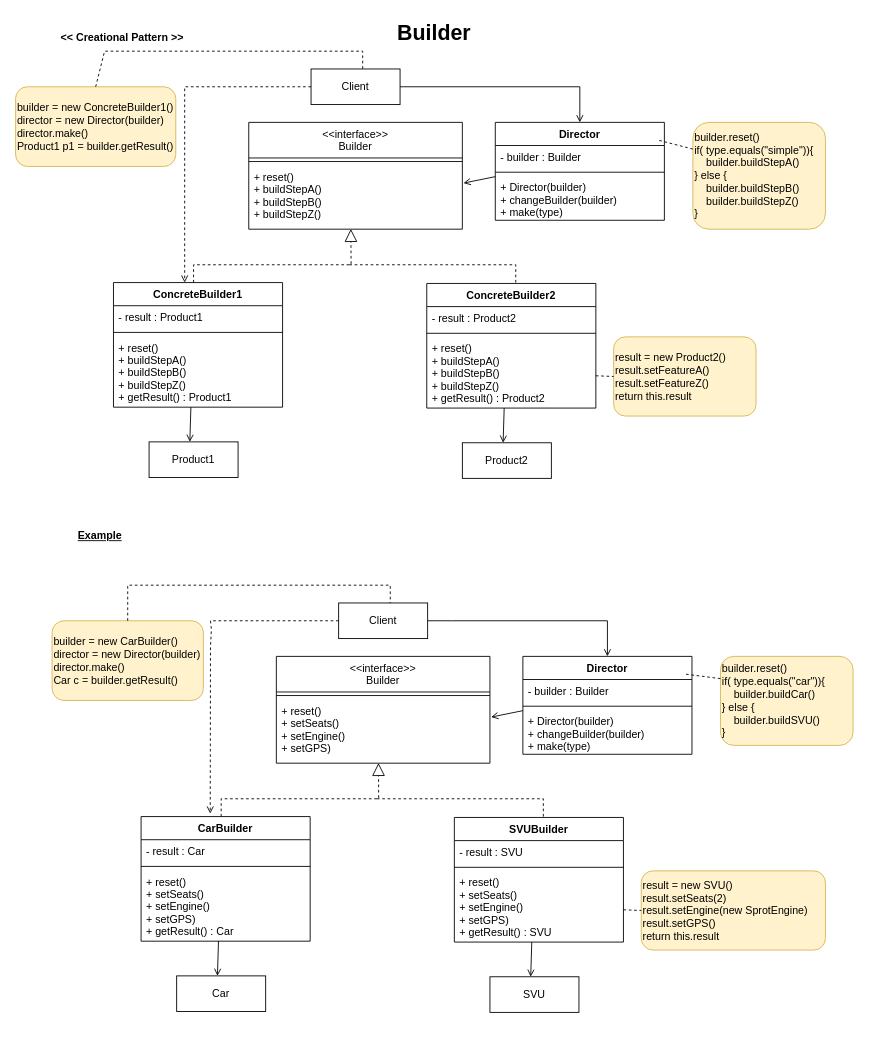
This is Creational - Builder.drawio from yalankar/yalankar, a draw.io file, before an edit. Source tidied: cells renumbered, new cells numbered last; positions are measured from the earlier drawing's top-left corner, leaving out a move shared by most shapes. Both pictures are drawn from the tidied source at 89%, with x=0, y=0 at pixel (15, 15).
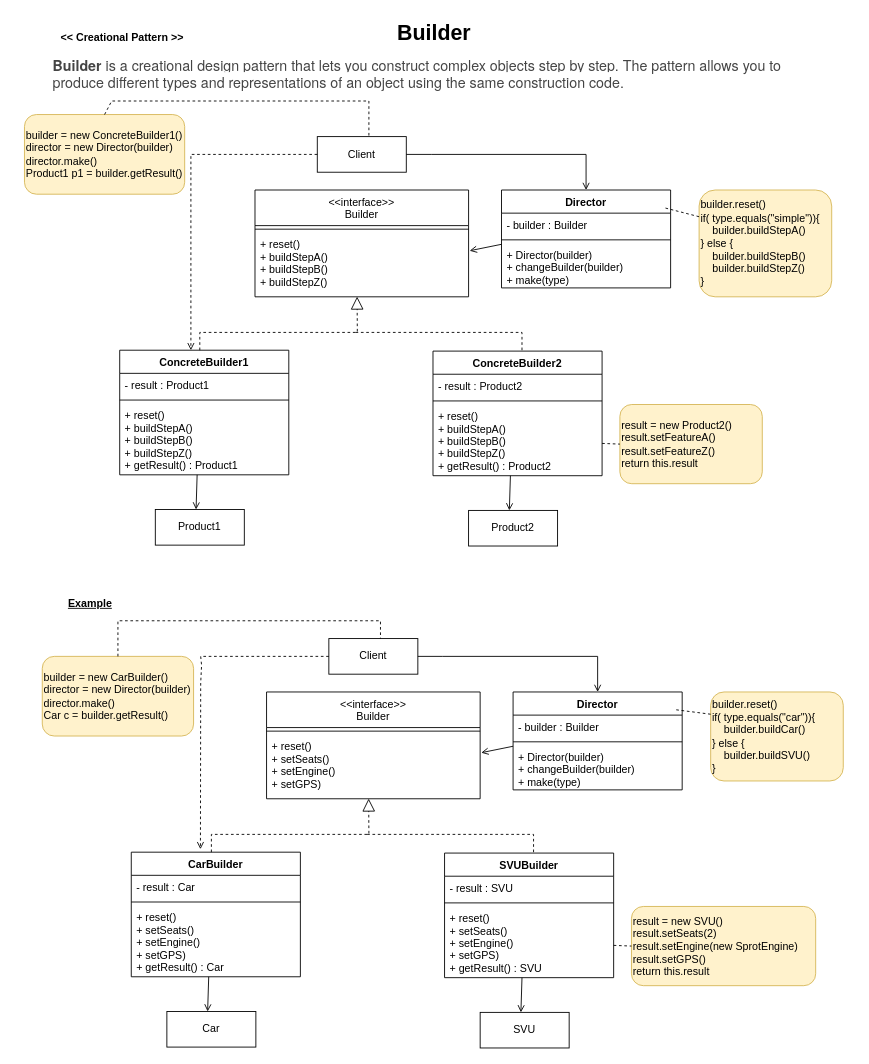
The same page after the edit.

Diff of the diagram source:
```diff
@@
     <mxCell id="3" value="&lt;&lt;interface&gt;&gt;&#10;Builder" style="swimlane;fontStyle=0;align=center;verticalAlign=top;horizontal=1;startSize=40;" parent="1" vertex="1">
-      <mxGeometry x="262" y="120" width="240" height="120" as="geometry" />
+      <mxGeometry x="269" y="196" width="240" height="120" as="geometry" />
     </mxCell>
@@
     <mxCell id="7" value="&lt;u&gt;Example&lt;/u&gt;" style="text;html=1;strokeColor=none;fillColor=none;align=center;verticalAlign=middle;whiteSpace=wrap;rounded=0;shadow=0;sketch=0;fontStyle=1;" parent="1" vertex="1">
-      <mxGeometry x="65" y="570" width="60" height="30" as="geometry" />
+      <mxGeometry x="54" y="646" width="60" height="30" as="geometry" />
     </mxCell>
     <mxCell id="8" value="result = new Product2()&lt;br&gt;result.setFeatureA()&lt;br&gt;result.setFeatureZ()&lt;br&gt;return this.result" style="text;html=1;align=left;verticalAlign=middle;whiteSpace=wrap;rounded=1;sketch=0;shadow=0;fillColor=#fff2cc;strokeColor=#d6b656;" parent="1" vertex="1">
-      <mxGeometry x="672" y="361" width="160" height="89" as="geometry" />
+      <mxGeometry x="679" y="437" width="160" height="89" as="geometry" />
     </mxCell>
     <mxCell id="9" value="Product2" style="rounded=0;whiteSpace=wrap;html=1;" parent="1" vertex="1">
-      <mxGeometry x="502" y="480" width="100" height="40" as="geometry" />
+      <mxGeometry x="509" y="556" width="100" height="40" as="geometry" />
     </mxCell>
     <mxCell id="10" value="Director" style="swimlane;fontStyle=1;align=center;verticalAlign=top;horizontal=1;startSize=26;" parent="1" vertex="1">
-      <mxGeometry x="539" y="120" width="190" height="110" as="geometry" />
+      <mxGeometry x="546" y="196" width="190" height="110" as="geometry" />
     </mxCell>
@@
     <mxCell id="14" value="builder.reset()&lt;br&gt;if( type.equals(&quot;simple&quot;)){&lt;br&gt;&amp;nbsp; &amp;nbsp; builder.buildStepA()&lt;br&gt;} else {&lt;br&gt;&amp;nbsp; &amp;nbsp; builder.buildStepB()&lt;br&gt;&amp;nbsp; &amp;nbsp; builder.buildStepZ()&lt;br&gt;}&amp;nbsp;" style="text;html=1;align=left;verticalAlign=middle;whiteSpace=wrap;rounded=1;sketch=0;shadow=0;fillColor=#fff2cc;strokeColor=#d6b656;" parent="1" vertex="1">
-      <mxGeometry x="761" y="120" width="149" height="120" as="geometry" />
+      <mxGeometry x="768" y="196" width="149" height="120" as="geometry" />
     </mxCell>
@@
     <mxCell id="16" style="endArrow=none;dashed=1;html=1;rounded=0;exitX=0;exitY=0.25;exitDx=0;exitDy=0;entryX=1.011;entryY=0.182;entryDx=0;entryDy=0;entryPerimeter=0;" parent="1" edge="1" source="14">
       <mxGeometry relative="1" as="geometry">
-        <mxPoint x="722.1" y="140" as="targetPoint" />
+        <mxPoint x="729.1" y="216" as="targetPoint" />
       </mxGeometry>
     </mxCell>
     <mxCell id="17" value="ConcreteBuilder2" style="swimlane;fontStyle=1;align=center;verticalAlign=top;horizontal=1;startSize=26;" parent="1" vertex="1">
-      <mxGeometry x="462" y="301" width="190" height="140" as="geometry" />
+      <mxGeometry x="469" y="377" width="190" height="140" as="geometry" />
     </mxCell>
@@
     <mxCell id="22" style="endArrow=open;html=1;rounded=0;entryX=0.458;entryY=0;entryDx=0;entryDy=0;entryPerimeter=0;exitX=0;exitY=0.02;exitDx=0;exitDy=0;exitPerimeter=0;endFill=0;" parent="1" edge="1" target="9">
       <mxGeometry relative="1" as="geometry">
-        <mxPoint x="549" y="441" as="sourcePoint" />
+        <mxPoint x="556" y="517" as="sourcePoint" />
       </mxGeometry>
     </mxCell>
     <mxCell id="23" value="Product1" style="rounded=0;whiteSpace=wrap;html=1;" parent="1" vertex="1">
-      <mxGeometry x="150" y="479" width="100" height="40" as="geometry" />
+      <mxGeometry x="157" y="555" width="100" height="40" as="geometry" />
     </mxCell>
     <mxCell id="24" value="ConcreteBuilder1" style="swimlane;fontStyle=1;align=center;verticalAlign=top;horizontal=1;startSize=26;" parent="1" vertex="1">
-      <mxGeometry x="110" y="300" width="190" height="140" as="geometry" />
+      <mxGeometry x="117" y="376" width="190" height="140" as="geometry" />
     </mxCell>
@@
     <mxCell id="29" style="endArrow=open;html=1;rounded=0;entryX=0.458;entryY=0;entryDx=0;entryDy=0;entryPerimeter=0;exitX=0;exitY=0.02;exitDx=0;exitDy=0;exitPerimeter=0;endFill=0;" parent="1" edge="1" target="23">
       <mxGeometry relative="1" as="geometry">
-        <mxPoint x="197" y="440" as="sourcePoint" />
+        <mxPoint x="204" y="516" as="sourcePoint" />
       </mxGeometry>
     </mxCell>
     <mxCell id="30" style="endArrow=none;dashed=1;html=1;rounded=0;" parent="1" edge="1">
       <mxGeometry relative="1" as="geometry">
-        <mxPoint x="562" y="300" as="sourcePoint" />
-        <mxPoint x="372" y="280" as="targetPoint" />
+        <mxPoint x="569" y="376" as="sourcePoint" />
+        <mxPoint x="379" y="356" as="targetPoint" />
         <Array as="points">
-          <mxPoint x="562" y="280" />
+          <mxPoint x="569" y="356" />
         </Array>
       </mxGeometry>
     </mxCell>
     <mxCell id="31" value="Client" style="rounded=0;whiteSpace=wrap;html=1;" parent="1" vertex="1">
-      <mxGeometry x="332" y="60" width="100" height="40" as="geometry" />
+      <mxGeometry x="339" y="136" width="100" height="40" as="geometry" />
     </mxCell>
     <mxCell id="32" style="endArrow=open;dashed=1;html=1;rounded=0;endFill=0;exitX=0;exitY=0.5;exitDx=0;exitDy=0;" parent="1" edge="1" source="31">
       <mxGeometry relative="1" as="geometry">
-        <mxPoint x="190" y="300" as="targetPoint" />
+        <mxPoint x="197" y="376" as="targetPoint" />
         <Array as="points">
-          <mxPoint x="190" y="80" />
+          <mxPoint x="197" y="156" />
         </Array>
       </mxGeometry>
     </mxCell>
     <mxCell id="33" style="endArrow=open;html=1;rounded=0;entryX=0.5;entryY=0;entryDx=0;entryDy=0;exitX=1;exitY=0.5;exitDx=0;exitDy=0;endFill=0;" parent="1" edge="1" source="31" target="10">
       <mxGeometry relative="1" as="geometry">
         <Array as="points">
-          <mxPoint x="460" y="80" />
-          <mxPoint x="634" y="80" />
+          <mxPoint x="467" y="156" />
+          <mxPoint x="641" y="156" />
         </Array>
       </mxGeometry>
     </mxCell>
     <mxCell id="34" value="builder = new ConcreteBuilder1()&lt;br&gt;director = new Director(builder)&lt;br&gt;director.make()&lt;br&gt;Product1 p1 = builder.getResult()" style="text;html=1;align=left;verticalAlign=middle;whiteSpace=wrap;rounded=1;sketch=0;shadow=0;fillColor=#fff2cc;strokeColor=#d6b656;" parent="1" vertex="1">
-      <mxGeometry y="80" width="180" height="89.5" as="geometry" />
+      <mxGeometry x="10" y="111.2" width="180" height="89.5" as="geometry" />
     </mxCell>
     <mxCell id="35" style="endArrow=none;dashed=1;html=1;rounded=0;exitX=0.5;exitY=0;exitDx=0;exitDy=0;entryX=0.58;entryY=0.015;entryDx=0;entryDy=0;entryPerimeter=0;" parent="1" edge="1" source="34" target="31">
       <mxGeometry relative="1" as="geometry">
         <Array as="points">
-          <mxPoint x="100" y="40" />
-          <mxPoint x="390" y="40" />
-          <mxPoint x="390" y="60" />
+          <mxPoint x="108" y="96" />
+          <mxPoint x="258" y="96" />
+          <mxPoint x="397" y="96" />
         </Array>
       </mxGeometry>
     </mxCell>
     <mxCell id="36" value="&lt;&lt;interface&gt;&gt;&#10;Builder" style="swimlane;fontStyle=0;align=center;verticalAlign=top;horizontal=1;startSize=40;" parent="1" vertex="1">
-      <mxGeometry x="293" y="720" width="240" height="120" as="geometry" />
+      <mxGeometry x="282" y="760" width="240" height="120" as="geometry" />
     </mxCell>
@@
     <mxCell id="39" value="result = new SVU()&lt;br&gt;result.setSeats(2)&lt;br&gt;result.setEngine(new SprotEngine)&lt;br&gt;result.setGPS()&lt;br&gt;return this.result&lt;br&gt;" style="text;html=1;align=left;verticalAlign=middle;whiteSpace=wrap;rounded=1;sketch=0;shadow=0;fillColor=#fff2cc;strokeColor=#d6b656;" parent="1" vertex="1">
-      <mxGeometry x="703" y="961" width="207" height="89" as="geometry" />
+      <mxGeometry x="692" y="1001" width="207" height="89" as="geometry" />
     </mxCell>
     <mxCell id="40" value="SVU" style="rounded=0;whiteSpace=wrap;html=1;" parent="1" vertex="1">
-      <mxGeometry x="533" y="1080" width="100" height="40" as="geometry" />
+      <mxGeometry x="522" y="1120" width="100" height="40" as="geometry" />
     </mxCell>
     <mxCell id="41" value="Director" style="swimlane;fontStyle=1;align=center;verticalAlign=top;horizontal=1;startSize=26;" parent="1" vertex="1">
-      <mxGeometry x="570" y="720" width="190" height="110" as="geometry" />
+      <mxGeometry x="559" y="760" width="190" height="110" as="geometry" />
     </mxCell>
@@
     <mxCell id="45" value="builder.reset()&lt;br&gt;if( type.equals(&quot;car&quot;)){&lt;br&gt;&amp;nbsp; &amp;nbsp; builder.buildCar()&lt;br&gt;} else {&lt;br&gt;&amp;nbsp; &amp;nbsp; builder.buildSVU()&lt;br&gt;}&amp;nbsp;" style="text;html=1;align=left;verticalAlign=middle;whiteSpace=wrap;rounded=1;sketch=0;shadow=0;fillColor=#fff2cc;strokeColor=#d6b656;" parent="1" vertex="1">
-      <mxGeometry x="792" y="720" width="149" height="100" as="geometry" />
+      <mxGeometry x="781" y="760" width="149" height="100" as="geometry" />
     </mxCell>
@@
     <mxCell id="47" style="endArrow=none;dashed=1;html=1;rounded=0;exitX=0;exitY=0.25;exitDx=0;exitDy=0;entryX=1.011;entryY=0.182;entryDx=0;entryDy=0;entryPerimeter=0;" parent="1" edge="1" source="45">
       <mxGeometry relative="1" as="geometry">
-        <mxPoint x="753.1" y="740" as="targetPoint" />
+        <mxPoint x="742.1" y="780" as="targetPoint" />
       </mxGeometry>
     </mxCell>
     <mxCell id="48" value="SVUBuilder" style="swimlane;fontStyle=1;align=center;verticalAlign=top;horizontal=1;startSize=26;" parent="1" vertex="1">
-      <mxGeometry x="493" y="901" width="190" height="140" as="geometry" />
+      <mxGeometry x="482" y="941" width="190" height="140" as="geometry" />
     </mxCell>
@@
     <mxCell id="53" style="endArrow=open;html=1;rounded=0;entryX=0.458;entryY=0;entryDx=0;entryDy=0;entryPerimeter=0;exitX=0;exitY=0.02;exitDx=0;exitDy=0;exitPerimeter=0;endFill=0;" parent="1" edge="1" target="40">
       <mxGeometry relative="1" as="geometry">
-        <mxPoint x="580" y="1041" as="sourcePoint" />
+        <mxPoint x="569" y="1081" as="sourcePoint" />
       </mxGeometry>
     </mxCell>
     <mxCell id="54" value="Car" style="rounded=0;whiteSpace=wrap;html=1;" parent="1" vertex="1">
-      <mxGeometry x="181" y="1079" width="100" height="40" as="geometry" />
+      <mxGeometry x="170" y="1119" width="100" height="40" as="geometry" />
     </mxCell>
     <mxCell id="55" value="CarBuilder" style="swimlane;fontStyle=1;align=center;verticalAlign=top;horizontal=1;startSize=26;" parent="1" vertex="1">
-      <mxGeometry x="141" y="900" width="190" height="140" as="geometry" />
+      <mxGeometry x="130" y="940" width="190" height="140" as="geometry" />
     </mxCell>
@@
     <mxCell id="60" style="endArrow=open;html=1;rounded=0;entryX=0.458;entryY=0;entryDx=0;entryDy=0;entryPerimeter=0;exitX=0;exitY=0.02;exitDx=0;exitDy=0;exitPerimeter=0;endFill=0;" parent="1" edge="1" target="54">
       <mxGeometry relative="1" as="geometry">
-        <mxPoint x="228" y="1040" as="sourcePoint" />
+        <mxPoint x="217" y="1080" as="sourcePoint" />
       </mxGeometry>
     </mxCell>
     <mxCell id="61" style="endArrow=none;dashed=1;html=1;rounded=0;" parent="1" edge="1">
       <mxGeometry relative="1" as="geometry">
-        <mxPoint x="593" y="900" as="sourcePoint" />
-        <mxPoint x="403" y="880" as="targetPoint" />
+        <mxPoint x="582" y="940" as="sourcePoint" />
+        <mxPoint x="392" y="920" as="targetPoint" />
         <Array as="points">
-          <mxPoint x="593" y="880" />
+          <mxPoint x="582" y="920" />
         </Array>
       </mxGeometry>
     </mxCell>
     <mxCell id="62" value="Client" style="rounded=0;whiteSpace=wrap;html=1;" parent="1" vertex="1">
-      <mxGeometry x="363" y="660" width="100" height="40" as="geometry" />
+      <mxGeometry x="352" y="700" width="100" height="40" as="geometry" />
     </mxCell>
     <mxCell id="63" style="endArrow=open;dashed=1;html=1;rounded=0;endFill=0;exitX=0;exitY=0.5;exitDx=0;exitDy=0;entryX=0.409;entryY=-0.024;entryDx=0;entryDy=0;entryPerimeter=0;" parent="1" edge="1" source="62" target="55">
       <mxGeometry relative="1" as="geometry">
         <Array as="points">
-          <mxPoint x="219" y="680" />
-          <mxPoint x="220" y="690" />
-          <mxPoint x="219" y="710" />
+          <mxPoint x="208" y="720" />
+          <mxPoint x="209" y="730" />
+          <mxPoint x="208" y="750" />
         </Array>
       </mxGeometry>
     </mxCell>
     <mxCell id="64" style="endArrow=open;html=1;rounded=0;entryX=0.5;entryY=0;entryDx=0;entryDy=0;exitX=1;exitY=0.5;exitDx=0;exitDy=0;endFill=0;" parent="1" edge="1" source="62" target="41">
       <mxGeometry relative="1" as="geometry">
         <Array as="points">
-          <mxPoint x="491" y="680" />
-          <mxPoint x="665" y="680" />
+          <mxPoint x="480" y="720" />
+          <mxPoint x="654" y="720" />
         </Array>
       </mxGeometry>
     </mxCell>
     <mxCell id="65" value="builder = new CarBuilder()&lt;br&gt;director = new Director(builder)&lt;br&gt;director.make()&lt;br&gt;Car c = builder.getResult()" style="text;html=1;align=left;verticalAlign=middle;whiteSpace=wrap;rounded=1;sketch=0;shadow=0;fillColor=#fff2cc;strokeColor=#d6b656;" parent="1" vertex="1">
-      <mxGeometry x="41" y="680" width="170" height="89.5" as="geometry" />
+      <mxGeometry x="30" y="720" width="170" height="89.5" as="geometry" />
     </mxCell>
     <mxCell id="66" style="endArrow=none;dashed=1;html=1;rounded=0;exitX=0.5;exitY=0;exitDx=0;exitDy=0;entryX=0.58;entryY=0.015;entryDx=0;entryDy=0;entryPerimeter=0;" parent="1" edge="1" source="65" target="62">
       <mxGeometry relative="1" as="geometry">
         <Array as="points">
-          <mxPoint x="126" y="640" />
-          <mxPoint x="421" y="640" />
-          <mxPoint x="421" y="660" />
+          <mxPoint x="115" y="680" />
+          <mxPoint x="410" y="680" />
+          <mxPoint x="410" y="700" />
         </Array>
       </mxGeometry>
     </mxCell>
+    <mxCell id="67" value="&lt;strong style=&quot;box-sizing: border-box; font-weight: bolder; color: rgb(68, 68, 68); font-family: &amp;quot;PT Sans&amp;quot;, &amp;quot;Helvetica Neue&amp;quot;, Arial, sans-serif; font-size: 16px; font-style: normal; font-variant-ligatures: normal; font-variant-caps: normal; letter-spacing: normal; orphans: 2; text-align: left; text-indent: 0px; text-transform: none; widows: 2; word-spacing: 0px; -webkit-text-stroke-width: 0px; background-color: rgb(255, 255, 255); text-decoration-thickness: initial; text-decoration-style: initial; text-decoration-color: initial;&quot;&gt;Builder&lt;/strong&gt;&lt;span style=&quot;color: rgb(68, 68, 68); font-family: &amp;quot;PT Sans&amp;quot;, &amp;quot;Helvetica Neue&amp;quot;, Arial, sans-serif; font-size: 16px; font-style: normal; font-variant-ligatures: normal; font-variant-caps: normal; font-weight: 400; letter-spacing: normal; orphans: 2; text-align: left; text-indent: 0px; text-transform: none; widows: 2; word-spacing: 0px; -webkit-text-stroke-width: 0px; background-color: rgb(255, 255, 255); text-decoration-thickness: initial; text-decoration-style: initial; text-decoration-color: initial; float: none; display: inline !important;&quot;&gt;&lt;span&gt;&amp;nbsp;&lt;/span&gt;is a creational design pattern that lets you construct complex objects step by step. The pattern allows you to produce different types and representations of an object using the same construction&amp;nbsp;code.&lt;/span&gt;" style="text;whiteSpace=wrap;html=1;" parent="1" vertex="1">
+      <mxGeometry x="40" y="40" width="840" height="50" as="geometry" />
+    </mxCell>
```
